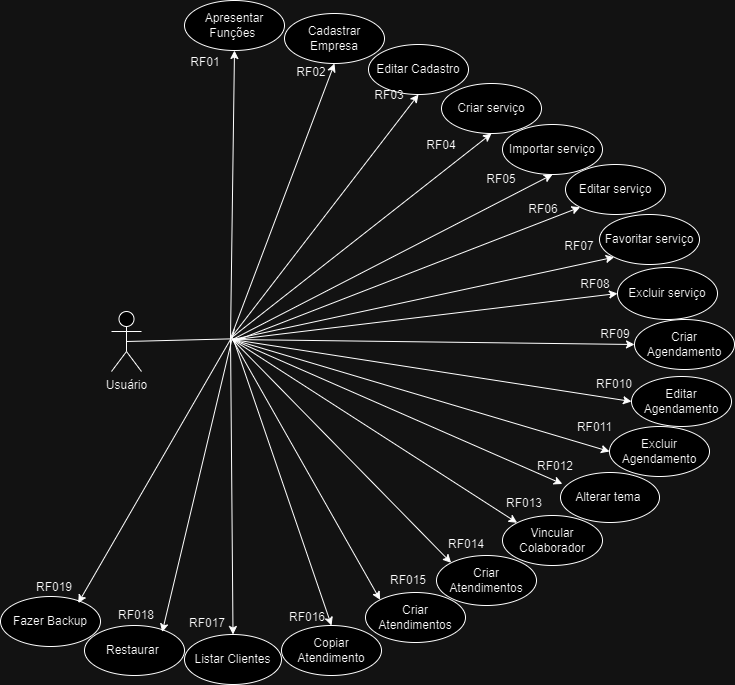
Above: assets/Imagens/incremento04.png in ChavesSWDev/LembraApp (draw.io), before the change. Source tidied: cells renumbered, new cells last; positions are measured from the earlier drawing's top-left corner, leaving out a move shared by most shapes.
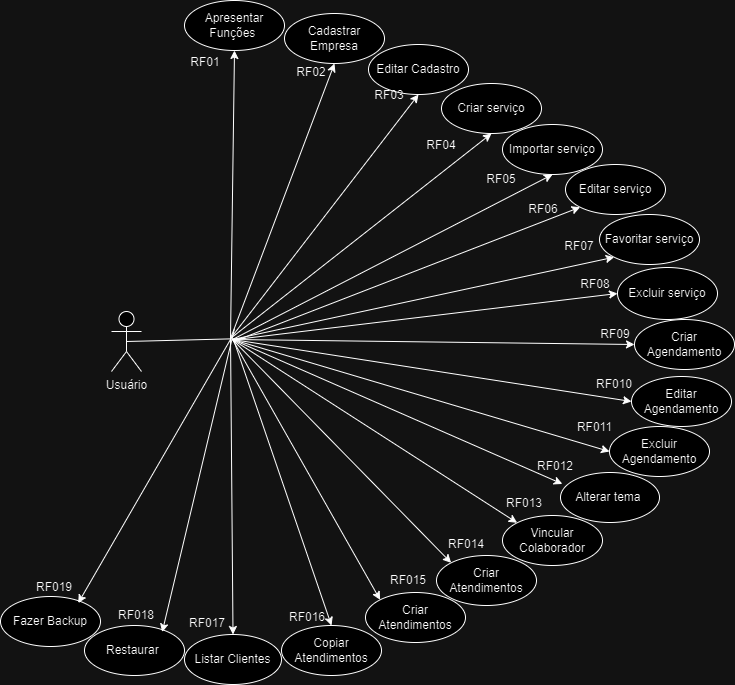
The same file after the commit.

What changed in the source:
```diff
@@ -115,7 +115,7 @@
     <mxCell id="36" value="Criar Atendimentos" style="ellipse;whiteSpace=wrap;html=1;" parent="1" vertex="1">
       <mxGeometry x="365" y="592" width="100" height="50" as="geometry" />
     </mxCell>
-    <mxCell id="37" value="Copiar Atendimento" style="ellipse;whiteSpace=wrap;html=1;rotation=0;" parent="1" vertex="1">
+    <mxCell id="37" value="Copiar Atendimentos" style="ellipse;whiteSpace=wrap;html=1;rotation=0;" parent="1" vertex="1">
       <mxGeometry x="281" y="625" width="100" height="50" as="geometry" />
     </mxCell>
     <mxCell id="38" value="RF015" style="text;html=1;strokeColor=none;fillColor=none;align=center;verticalAlign=middle;whiteSpace=wrap;rounded=0;" parent="1" vertex="1">
```
